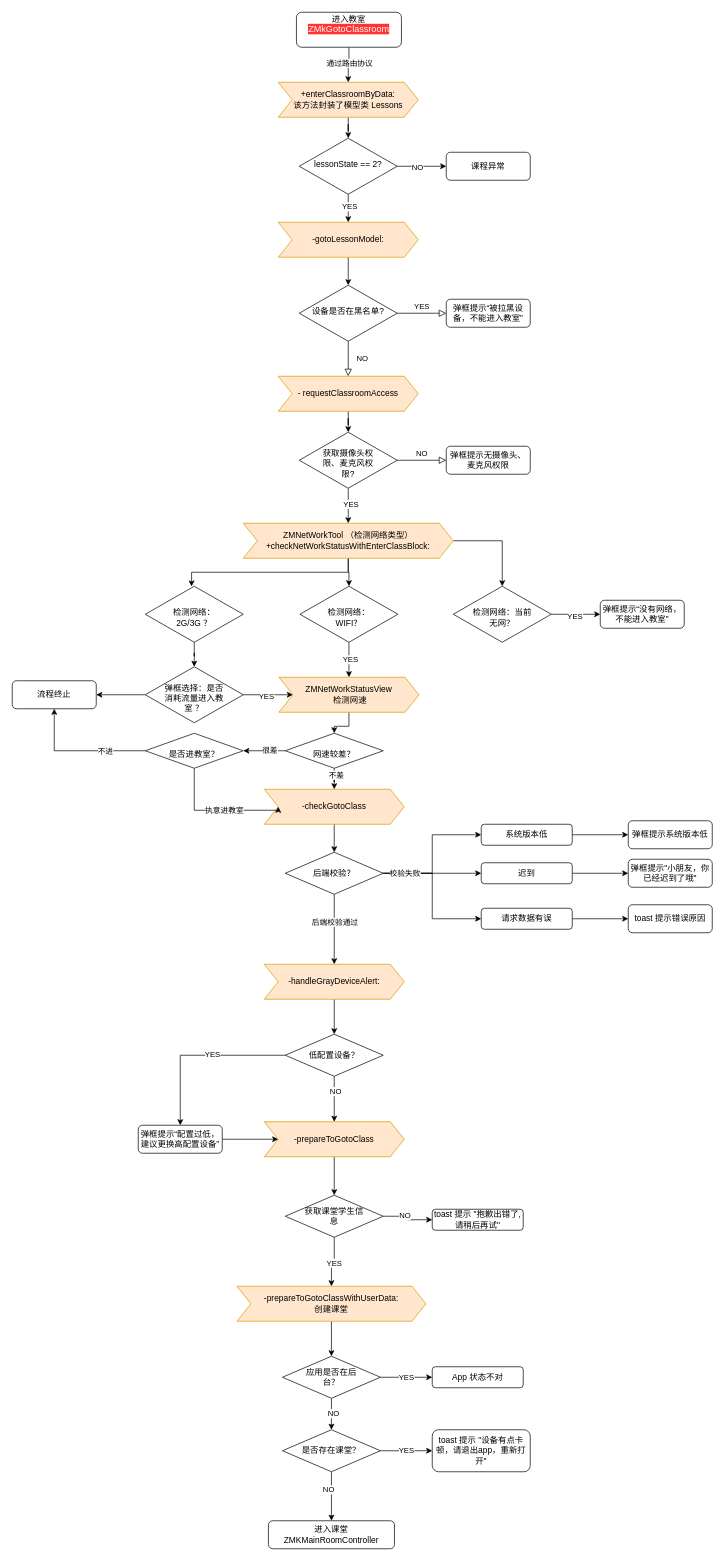
Before: page "进入教室逻辑导图（最新）" (1 of 2) of 进入教室逻辑.drawio in Kanthine/FlowChart, a draw.io diagram. Source tidied: cells renumbered, new cells numbered last; positions are measured from the earlier drawing's top-left corner, leaving out a move shared by most shapes. Both pictures are drawn from the tidied source at 70%, with x=0, y=0 at pixel (12, 12).
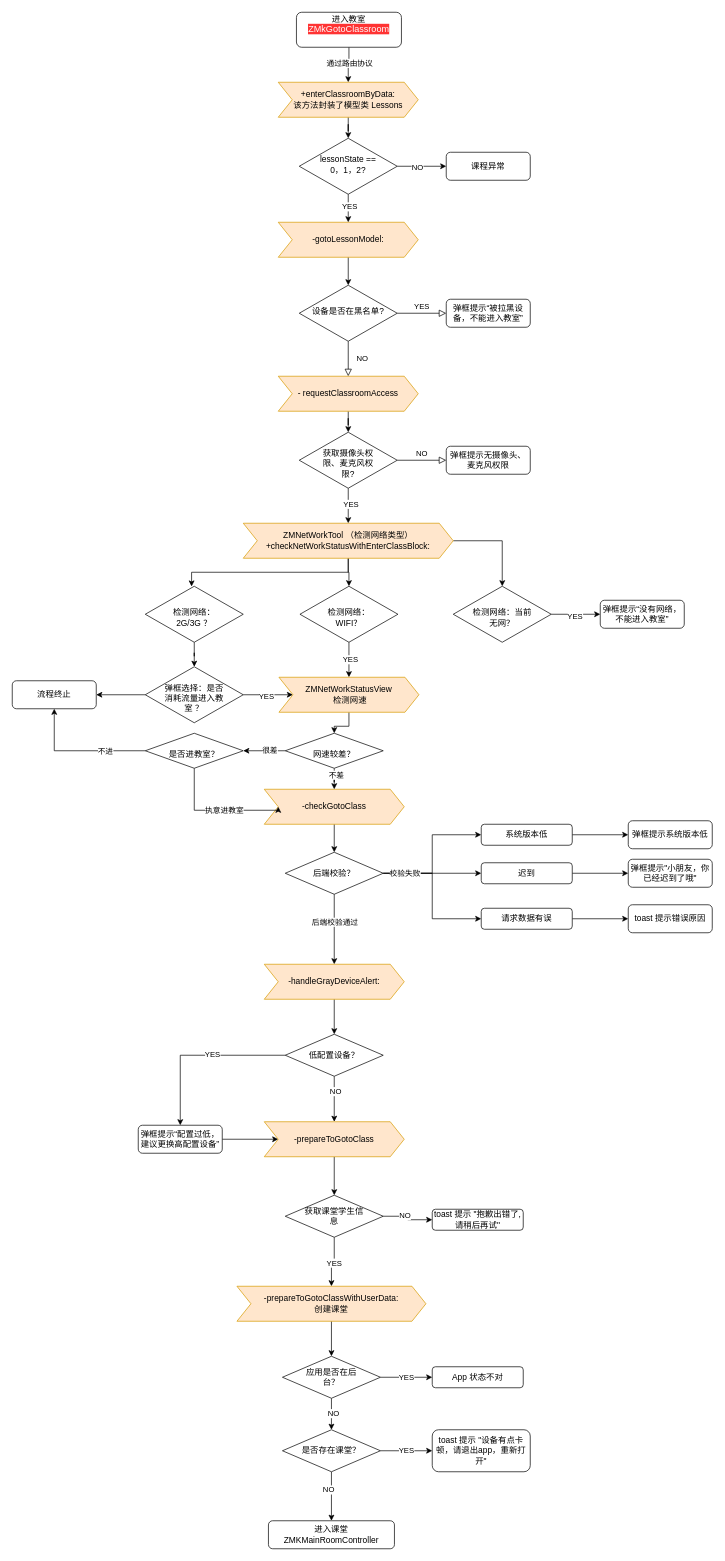
Above is the later version.

Diff of the diagram source:
```diff
@@
-    <mxCell id="83" value="lessonState == 2?" style="rhombus;whiteSpace=wrap;html=1;shadow=0;fontFamily=Helvetica;fontSize=12;align=center;strokeWidth=1;spacing=6;spacingTop=-4;" parent="1" vertex="1">
+    <mxCell id="83" value="lessonState == &lt;br&gt;0，1，2?" style="rhombus;whiteSpace=wrap;html=1;shadow=0;fontFamily=Helvetica;fontSize=12;align=center;strokeWidth=1;spacing=6;spacingTop=-4;" parent="1" vertex="1">
       <mxGeometry x="410" y="180" width="140" height="80" as="geometry" />
     </mxCell>
```
